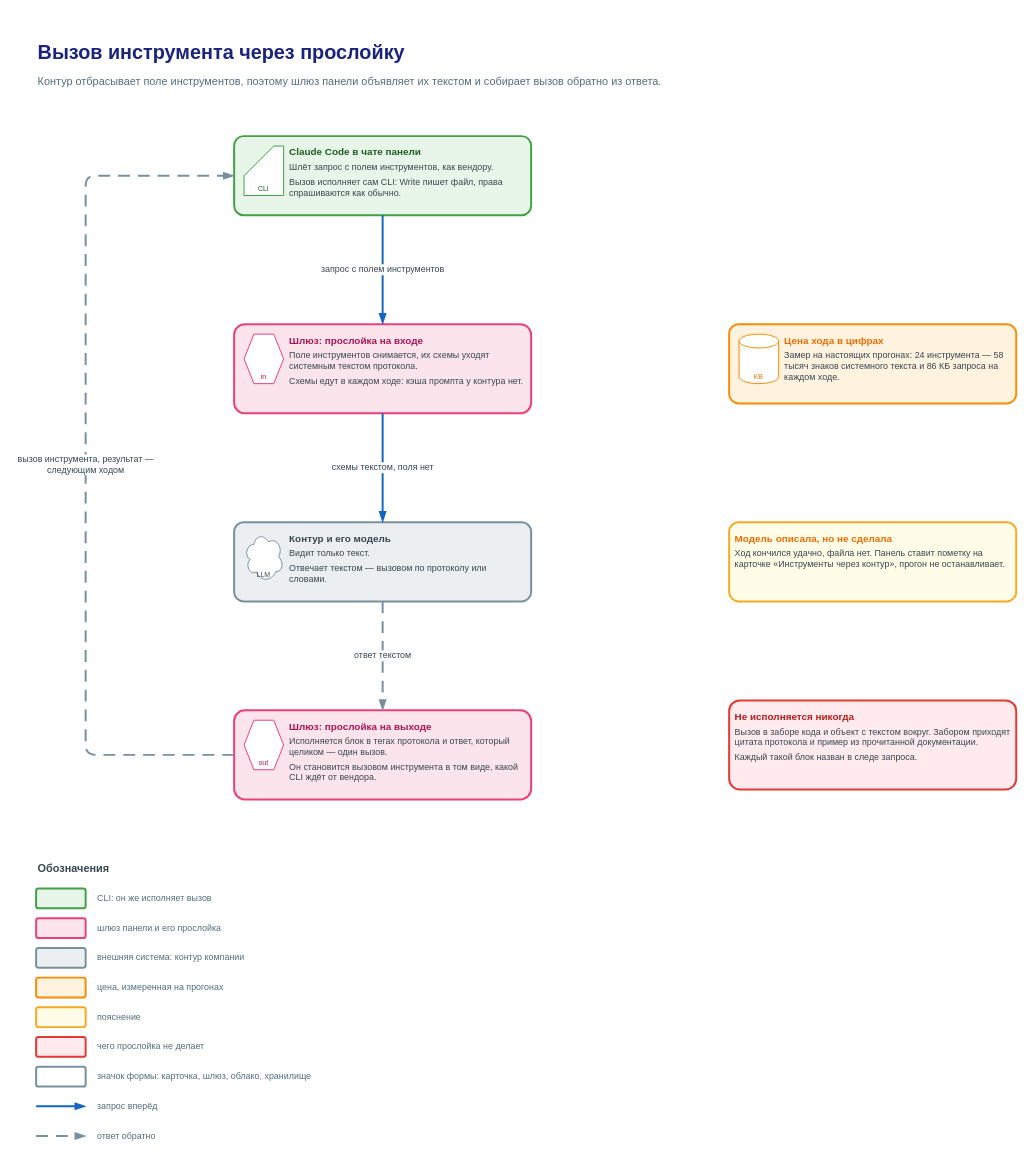
The draw.io diagram page "4. Вызов инструмента через прослойку" (4 of 4) of docs/diagrams/platform-guide/platform-guide.drawio in rusyander/claude-control, before the edit. Source tidied: cells renumbered, new cells numbered last; positions are measured from the earlier drawing's top-left corner, leaving out a move shared by most shapes. Both pictures are drawn from the tidied source at 99%, with x=0, y=0 at pixel (36, 37).
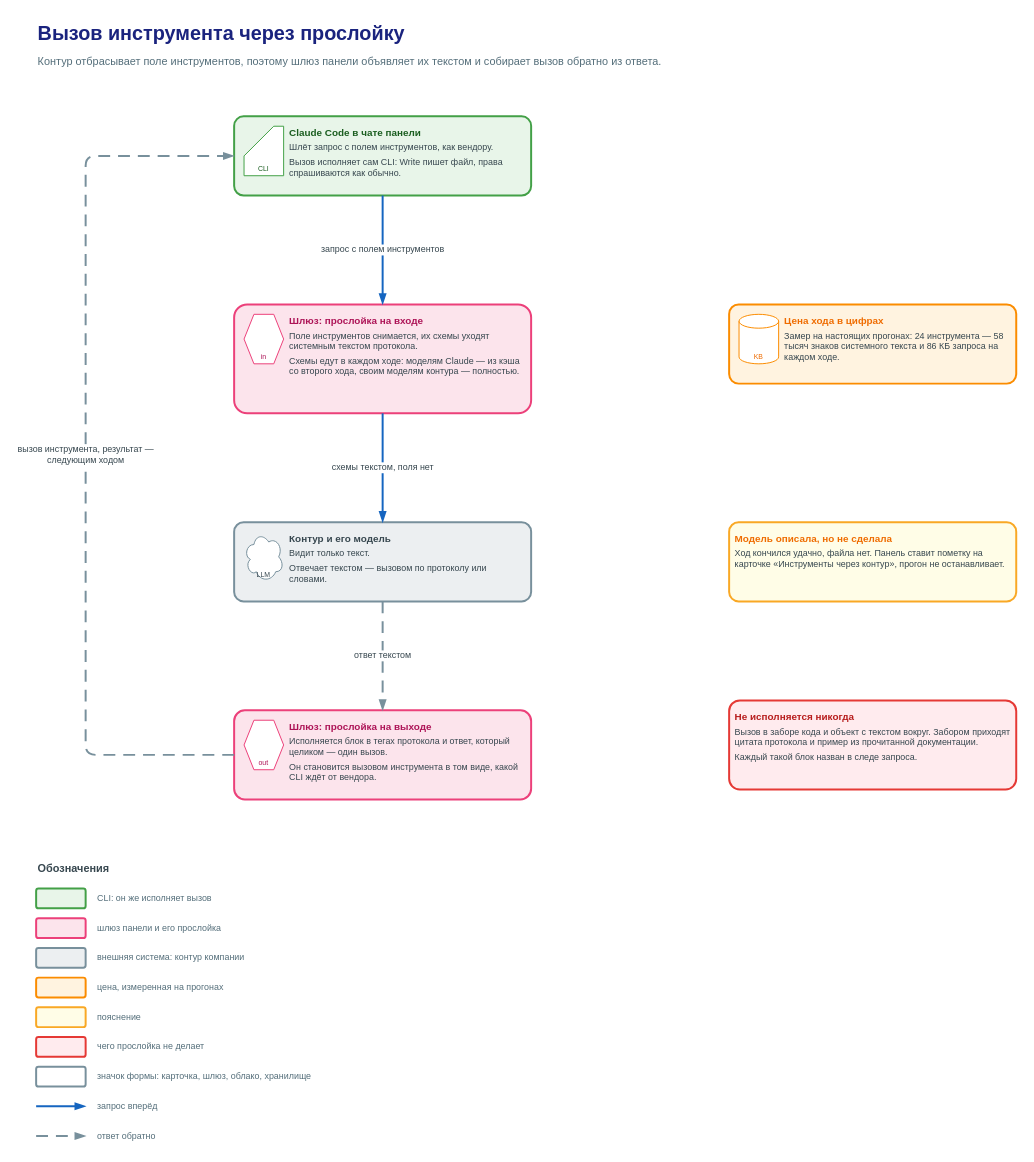
The same diagram, later.

Unchanged cells that the change refers to:
```xml
<mxCell id="10" value="&lt;div style=&quot;font-size:10px;font-weight:600;color:#AD1457;text-align:left&quot;&gt;Шлюз: прослойка на выходе&lt;/div&gt;&lt;div style=&quot;font-size:9px;text-align:left;margin-top:4px&quot;&gt;Исполняется блок в тегах протокола и ответ, который целиком — один вызов.&lt;/div&gt;&lt;div style=&quot;font-size:9px;text-align:left;margin-top:4px&quot;&gt;Он становится вызовом инструмента в том виде, какой CLI ждёт от вендора.&lt;/div&gt;" style="rounded=1;arcSize=12;fillColor=#FCE4EC;strokeColor=#EC407A;strokeWidth=2;html=1;whiteSpace=wrap;align=left;verticalAlign=top;spacing=6;fontSize=9;fontColor=#37474F;spacingLeft=50;informational=1;" parent="1" vertex="1">
  <mxGeometry x="200" y="680" width="300" height="90" as="geometry" />
</mxCell>
```

The edit, as a diff of the source:
```diff
@@
     <mxCell id="2" value="Вызов инструмента через прослойку" style="text;html=1;whiteSpace=wrap;align=left;verticalAlign=middle;fontSize=20;fontColor=#1A237E;fontStyle=1;" parent="1" vertex="1">
-      <mxGeometry width="760" height="30" as="geometry" />
+      <mxGeometry y="-20" width="760" height="30" as="geometry" />
     </mxCell>
     <mxCell id="3" value="Контур отбрасывает поле инструментов, поэтому шлюз панели объявляет их текстом и собирает вызов обратно из ответа." style="text;html=1;whiteSpace=wrap;align=left;verticalAlign=middle;fontSize=11;fontColor=#546E7A;" parent="1" vertex="1">
-      <mxGeometry y="30" width="760" height="30" as="geometry" />
+      <mxGeometry y="10" width="760" height="30" as="geometry" />
     </mxCell>
     <mxCell id="4" value="&lt;div style=&quot;font-size:10px;font-weight:600;color:#1B5E20;text-align:left&quot;&gt;Claude Code в чате панели&lt;/div&gt;&lt;div style=&quot;font-size:9px;text-align:left;margin-top:4px&quot;&gt;Шлёт запрос с полем инструментов, как вендору.&lt;/div&gt;&lt;div style=&quot;font-size:9px;text-align:left;margin-top:4px&quot;&gt;Вызов исполняет сам CLI: Write пишет файл, права спрашиваются как обычно.&lt;/div&gt;" style="rounded=1;arcSize=12;fillColor=#E8F5E9;strokeColor=#43A047;strokeWidth=2;html=1;whiteSpace=wrap;align=left;verticalAlign=top;spacing=6;fontSize=9;fontColor=#37474F;spacingLeft=50;informational=1;" parent="1" vertex="1">
-      <mxGeometry x="200" y="100" width="300" height="80" as="geometry" />
+      <mxGeometry x="200" y="80" width="300" height="80" as="geometry" />
     </mxCell>
@@
-    <mxCell id="6" value="&lt;div style=&quot;font-size:10px;font-weight:600;color:#AD1457;text-align:left&quot;&gt;Шлюз: прослойка на входе&lt;/div&gt;&lt;div style=&quot;font-size:9px;text-align:left;margin-top:4px&quot;&gt;Поле инструментов снимается, их схемы уходят системным текстом протокола.&lt;/div&gt;&lt;div style=&quot;font-size:9px;text-align:left;margin-top:4px&quot;&gt;Схемы едут в каждом ходе: кэша промпта у контура нет.&lt;/div&gt;" style="rounded=1;arcSize=12;fillColor=#FCE4EC;strokeColor=#EC407A;strokeWidth=2;html=1;whiteSpace=wrap;align=left;verticalAlign=top;spacing=6;fontSize=9;fontColor=#37474F;spacingLeft=50;informational=1;" parent="1" vertex="1">
-      <mxGeometry x="200" y="290" width="300" height="90" as="geometry" />
+    <mxCell id="6" value="&lt;div style=&quot;font-size:10px;font-weight:600;color:#AD1457;text-align:left&quot;&gt;Шлюз: прослойка на входе&lt;/div&gt;&lt;div style=&quot;font-size:9px;text-align:left;margin-top:4px&quot;&gt;Поле инструментов снимается, их схемы уходят системным текстом протокола.&lt;/div&gt;&lt;div style=&quot;font-size:9px;text-align:left;margin-top:4px&quot;&gt;Схемы едут в каждом ходе: моделям Claude — из кэша со второго хода, своим моделям контура — полностью.&lt;/div&gt;" style="rounded=1;arcSize=12;fillColor=#FCE4EC;strokeColor=#EC407A;strokeWidth=2;html=1;whiteSpace=wrap;align=left;verticalAlign=top;spacing=6;fontSize=9;fontColor=#37474F;spacingLeft=50;informational=1;" parent="1" vertex="1">
+      <mxGeometry x="200" y="270" width="300" height="110" as="geometry" />
     </mxCell>
@@
     <mxCell id="14" value="&lt;div style=&quot;font-size:10px;font-weight:600;color:#EF6C00;text-align:left&quot;&gt;Цена хода в цифрах&lt;/div&gt;&lt;div style=&quot;font-size:9px;text-align:left;margin-top:4px&quot;&gt;Замер на настоящих прогонах: 24 инструмента — 58 тысяч знаков системного текста и 86 КБ запроса на каждом ходе.&lt;/div&gt;" style="rounded=1;arcSize=12;fillColor=#FFF3E0;strokeColor=#FB8C00;strokeWidth=2;html=1;whiteSpace=wrap;align=left;verticalAlign=top;spacing=6;fontSize=9;fontColor=#37474F;spacingLeft=50;informational=1;" parent="1" vertex="1">
-      <mxGeometry x="700" y="290" width="290" height="80" as="geometry" />
+      <mxGeometry x="700" y="270" width="290" height="80" as="geometry" />
     </mxCell>
@@
     <mxCell id="19" value="вызов инструмента, результат —&lt;br&gt;следующим ходом" style="edgeStyle=orthogonalEdgeStyle;rounded=1;html=1;fontSize=9;fontColor=#37474F;labelBackgroundColor=#FFFFFF;endArrow=blockThin;endFill=1;jettySize=auto;strokeWidth=2;strokeColor=#78909C;dashed=1;dashPattern=6 4;exitX=0;exitY=0.5;exitDx=0;exitDy=0;entryX=0;entryY=0.5;entryDx=0;entryDy=0;" parent="1" edge="1" source="10" target="4">
       <mxGeometry relative="1" as="geometry">
         <Array as="points">
           <mxPoint x="50" y="725" />
-          <mxPoint x="50" y="140" />
+          <mxPoint x="50" y="120" />
         </Array>
       </mxGeometry>
     </mxCell>
```
